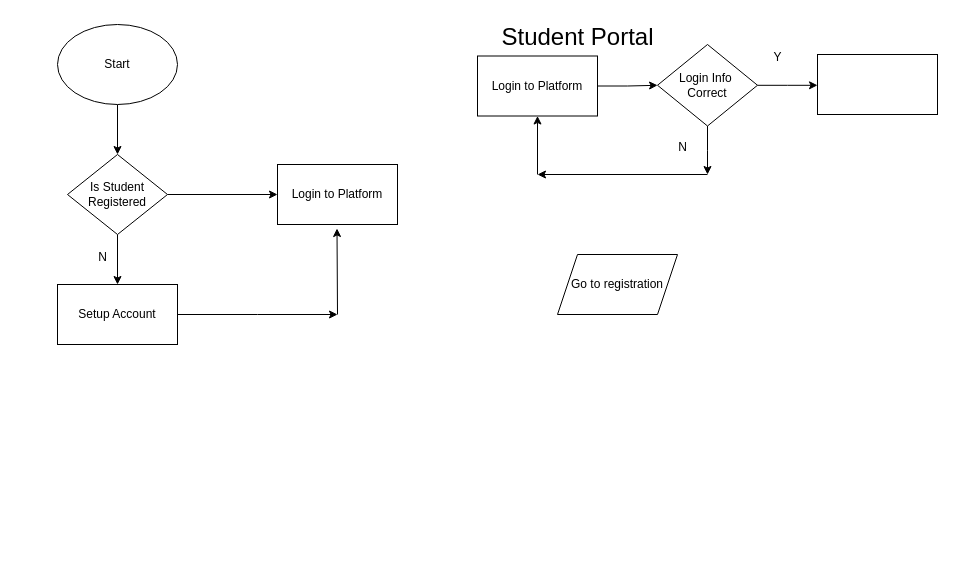
SifisoMzansi/architecture-diagrams keeps this draw.io diagram as page "Page-1" (1 of 2) of StudentPortal.drawio. Above is the earlier version. Source tidied: cells renumbered, new cells numbered last; positions are measured from the earlier drawing's top-left corner, leaving out a move shared by most shapes. Both pictures are drawn from the tidied source at 100%, with x=0, y=0 at pixel (57, 17).
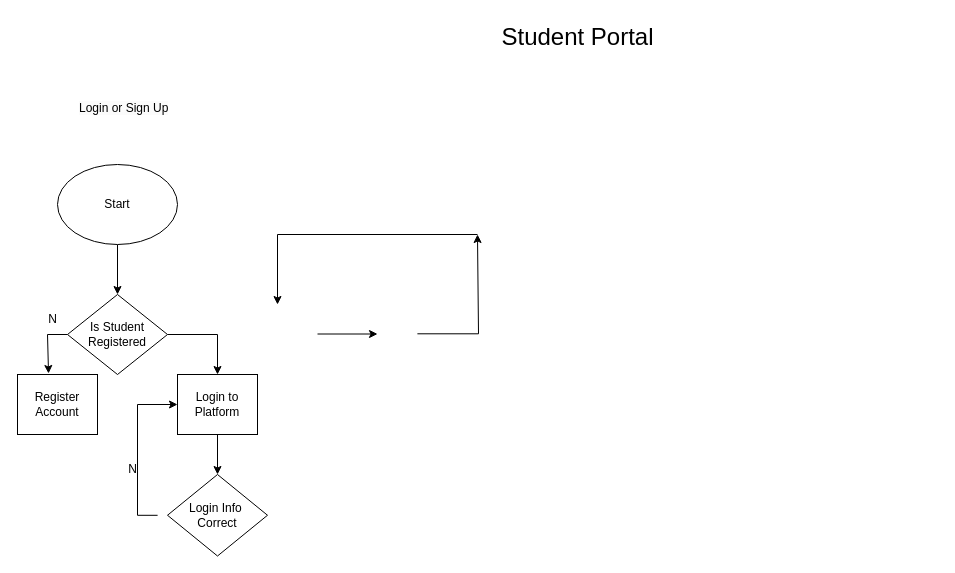
Above is the later version.

Change to the diagram source:
```diff
@@
     <mxCell id="4" value="Start" style="ellipse;whiteSpace=wrap;html=1;" parent="1" vertex="1">
-      <mxGeometry y="7" width="120" height="80" as="geometry" />
+      <mxGeometry y="147" width="120" height="80" as="geometry" />
     </mxCell>
-    <mxCell id="5" style="edgeStyle=orthogonalEdgeStyle;rounded=0;jettySize=auto;html=1;entryX=0.5;entryY=0;entryDx=0;entryDy=0;" parent="1" edge="1" source="7" target="20">
-      <mxGeometry relative="1" as="geometry" />
+    <mxCell id="5" style="edgeStyle=orthogonalEdgeStyle;rounded=0;jettySize=auto;html=1;entryX=0.388;entryY=-0.017;entryDx=0;entryDy=0;entryPerimeter=0;" parent="1" edge="1" source="7" target="20">
+      <mxGeometry relative="1" as="geometry">
+        <Array as="points">
+          <mxPoint x="-10" y="317" />
+        </Array>
+      </mxGeometry>
     </mxCell>
-    <mxCell id="6" style="edgeStyle=orthogonalEdgeStyle;rounded=0;jettySize=auto;html=1;entryX=0;entryY=0.5;entryDx=0;entryDy=0;" parent="1" edge="1" source="7" target="22">
-      <mxGeometry relative="1" as="geometry" />
-    </mxCell>
+    <mxCell id="24" style="edgeStyle=orthogonalEdgeStyle;rounded=0;jettySize=auto;html=1;entryX=0.5;entryY=0;entryDx=0;entryDy=0;" parent="1" edge="1" source="7" target="32">
+      <mxGeometry relative="1" as="geometry" />
+    </mxCell>
     <mxCell id="7" value="Is Student Registered" style="rhombus;whiteSpace=wrap;html=1;" parent="1" vertex="1">
-      <mxGeometry x="10" y="137" width="100" height="80" as="geometry" />
+      <mxGeometry x="10" y="277" width="100" height="80" as="geometry" />
     </mxCell>
-    <mxCell id="8" style="edgeStyle=orthogonalEdgeStyle;rounded=0;jettySize=auto;html=1;" parent="1" edge="1" source="9" target="12">
-      <mxGeometry relative="1" as="geometry" />
-    </mxCell>
-    <mxCell id="9" value="Login to Platform" style="rounded=0;whiteSpace=wrap;html=1;" parent="1" vertex="1">
-      <mxGeometry x="420" y="38.5" width="120" height="60" as="geometry" />
-    </mxCell>
-    <mxCell id="10" style="edgeStyle=orthogonalEdgeStyle;rounded=0;jettySize=auto;html=1;" parent="1" edge="1" source="12">
-      <mxGeometry relative="1" as="geometry">
-        <mxPoint x="650" y="157" as="targetPoint" />
-      </mxGeometry>
-    </mxCell>
-    <mxCell id="11" style="edgeStyle=orthogonalEdgeStyle;rounded=0;jettySize=auto;html=1;" parent="1" edge="1" source="12">
-      <mxGeometry relative="1" as="geometry">
-        <mxPoint x="760" y="67.8" as="targetPoint" />
-      </mxGeometry>
-    </mxCell>
+    <mxCell id="25" style="edgeStyle=orthogonalEdgeStyle;rounded=0;orthogonalLoop=1;jettySize=auto;html=1;" parent="1" edge="1">
+      <mxGeometry relative="1" as="geometry">
+        <mxPoint x="359.9" y="316.3" as="sourcePoint" />
+        <mxPoint x="420" y="217" as="targetPoint" />
+        <Array as="points">
+          <mxPoint x="421" y="316" />
+        </Array>
+      </mxGeometry>
+    </mxCell>
+    <mxCell id="26" style="edgeStyle=orthogonalEdgeStyle;rounded=0;jettySize=auto;html=1;entryX=0;entryY=0.5;entryDx=0;entryDy=0;" parent="1" edge="1" target="32">
+      <mxGeometry relative="1" as="geometry">
+        <mxPoint x="100.1" y="497.8" as="sourcePoint" />
+        <Array as="points">
+          <mxPoint x="80" y="498" />
+          <mxPoint x="80" y="387" />
+        </Array>
+      </mxGeometry>
+    </mxCell>
     <mxCell id="12" value="Login Info&amp;nbsp;&lt;div&gt;Correct&lt;/div&gt;" style="rhombus;whiteSpace=wrap;html=1;" parent="1" vertex="1">
-      <mxGeometry x="600" y="27" width="100" height="81.5" as="geometry" />
+      <mxGeometry x="110" y="457" width="100" height="81.5" as="geometry" />
     </mxCell>
-    <mxCell id="13" style="endArrow=classic;html=1;rounded=0;entryX=0.5;entryY=1;entryDx=0;entryDy=0;" parent="1" edge="1" target="9">
-      <mxGeometry relative="1" as="geometry">
-        <mxPoint x="480" y="157" as="sourcePoint" />
-      </mxGeometry>
-    </mxCell>
-    <mxCell id="14" style="endArrow=classic;html=1;rounded=0;" parent="1" edge="1">
-      <mxGeometry relative="1" as="geometry">
-        <mxPoint x="650" y="157" as="sourcePoint" />
-        <mxPoint x="480" y="157" as="targetPoint" />
-      </mxGeometry>
-    </mxCell>
-    <mxCell id="15" value="N" style="text;html=1;align=center;verticalAlign=middle;strokeColor=none;fillColor=none;" parent="1" vertex="1">
-      <mxGeometry x="610" y="115" width="30" height="30" as="geometry" />
-    </mxCell>
-    <mxCell id="16" value="Y" style="text;html=1;align=center;verticalAlign=middle;strokeColor=none;fillColor=none;" parent="1" vertex="1">
-      <mxGeometry x="705" y="25" width="30" height="30" as="geometry" />
-    </mxCell>
-    <mxCell id="17" style="rounded=0;whiteSpace=wrap;html=1;" parent="1" vertex="1">
-      <mxGeometry x="760" y="37" width="120" height="60" as="geometry" />
-    </mxCell>
-    <mxCell id="18" value="Go to registration" style="shape=parallelogram;perimeter=parallelogramPerimeter;whiteSpace=wrap;html=1;fixedSize=1;" parent="1" vertex="1">
-      <mxGeometry x="500" y="237" width="120" height="60" as="geometry" />
-    </mxCell>
-    <mxCell id="19" style="edgeStyle=orthogonalEdgeStyle;rounded=0;jettySize=auto;html=1;" parent="1" edge="1" source="20">
-      <mxGeometry relative="1" as="geometry">
-        <mxPoint x="280" y="297" as="targetPoint" />
-      </mxGeometry>
-    </mxCell>
+    <mxCell id="27" style="edgeStyle=orthogonalEdgeStyle;rounded=0;orthogonalLoop=1;jettySize=auto;html=1;" parent="1" edge="1">
+      <mxGeometry relative="1" as="geometry">
+        <mxPoint x="455" y="217" as="sourcePoint" />
+        <mxPoint x="455" y="217" as="targetPoint" />
+      </mxGeometry>
+    </mxCell>
-    <mxCell id="20" value="Setup Account" style="rounded=0;whiteSpace=wrap;html=1;" parent="1" vertex="1">
-      <mxGeometry y="267" width="120" height="60" as="geometry" />
+    <mxCell id="20" value="Register Account" style="rounded=0;whiteSpace=wrap;html=1;" parent="1" vertex="1">
+      <mxGeometry x="-40" y="357" width="80" height="60" as="geometry" />
     </mxCell>
-    <mxCell id="21" value="N" style="text;html=1;align=center;verticalAlign=middle;strokeColor=none;fillColor=none;" parent="1" vertex="1">
-      <mxGeometry x="30" y="225" width="30" height="30" as="geometry" />
-    </mxCell>
-    <mxCell id="22" value="Login to Platform" style="rounded=0;whiteSpace=wrap;html=1;" parent="1" vertex="1">
-      <mxGeometry x="220" y="147" width="120" height="60" as="geometry" />
-    </mxCell>
-    <mxCell id="23" style="endArrow=classic;html=1;rounded=0;entryX=0.5;entryY=1;entryDx=0;entryDy=0;" parent="1" edge="1">
-      <mxGeometry relative="1" as="geometry">
-        <mxPoint x="280" y="297" as="sourcePoint" />
-        <mxPoint x="279.5" y="211" as="targetPoint" />
-      </mxGeometry>
-    </mxCell>
+    <mxCell id="28" style="edgeStyle=orthogonalEdgeStyle;rounded=0;orthogonalLoop=1;jettySize=auto;html=1;" parent="1" edge="1">
+      <mxGeometry relative="1" as="geometry">
+        <mxPoint x="260" y="316.5" as="sourcePoint" />
+        <mxPoint x="320" y="316.5" as="targetPoint" />
+      </mxGeometry>
+    </mxCell>
+    <mxCell id="29" style="edgeStyle=orthogonalEdgeStyle;rounded=0;orthogonalLoop=1;jettySize=auto;html=1;entryX=0.5;entryY=0;entryDx=0;entryDy=0;" parent="1" edge="1">
+      <mxGeometry relative="1" as="geometry">
+        <mxPoint x="420" y="217" as="sourcePoint" />
+        <mxPoint x="220" y="287" as="targetPoint" />
+        <Array as="points">
+          <mxPoint x="220" y="217" />
+        </Array>
+      </mxGeometry>
+    </mxCell>
+    <mxCell id="30" value="&lt;span style=&quot;color: rgb(0, 0, 0); font-family: Helvetica; font-size: 12px; font-style: normal; font-variant-ligatures: normal; font-variant-caps: normal; font-weight: 400; letter-spacing: normal; orphans: 2; text-align: center; text-indent: 0px; text-transform: none; widows: 2; word-spacing: 0px; -webkit-text-stroke-width: 0px; white-space: normal; background-color: rgb(251, 251, 251); text-decoration-thickness: initial; text-decoration-style: initial; text-decoration-color: initial; display: inline !important; float: none;&quot;&gt;Login or Sign Up&lt;/span&gt;" style="text;whiteSpace=wrap;html=1;" parent="1" vertex="1">
+      <mxGeometry x="20" y="77" width="330" height="40" as="geometry" />
+    </mxCell>
+    <mxCell id="31" style="edgeStyle=orthogonalEdgeStyle;rounded=0;jettySize=auto;html=1;entryX=0.5;entryY=0;entryDx=0;entryDy=0;" parent="1" edge="1" source="32" target="12">
+      <mxGeometry relative="1" as="geometry" />
+    </mxCell>
+    <mxCell id="32" value="Login to Platform" style="rounded=0;whiteSpace=wrap;html=1;" parent="1" vertex="1">
+      <mxGeometry x="120" y="357" width="80" height="60" as="geometry" />
+    </mxCell>
+    <mxCell id="33" value="N" style="text;html=1;align=center;verticalAlign=middle;strokeColor=none;fillColor=none;" parent="1" vertex="1">
+      <mxGeometry x="-20" y="287" width="30" height="30" as="geometry" />
+    </mxCell>
+    <mxCell id="34" value="N" style="text;html=1;align=center;verticalAlign=middle;strokeColor=none;fillColor=none;" parent="1" vertex="1">
+      <mxGeometry x="60" y="437" width="30" height="30" as="geometry" />
+    </mxCell>
```
